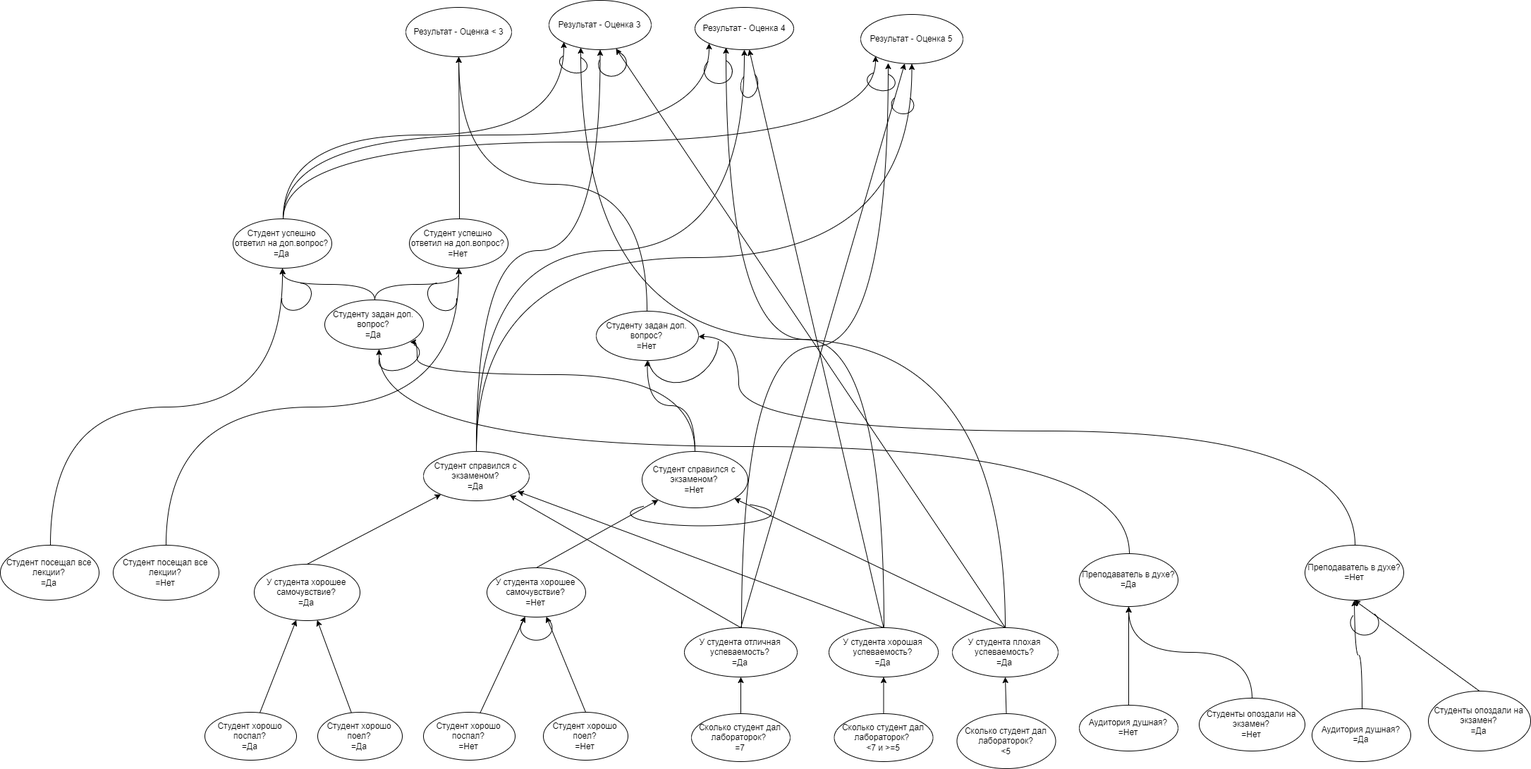
Before: Граф.png, a diagram exported from draw.io (pashcash/-------). Source tidied: cells renumbered, new cells last; positions are measured from the earlier drawing's top-left corner, leaving out a move shared by most shapes.
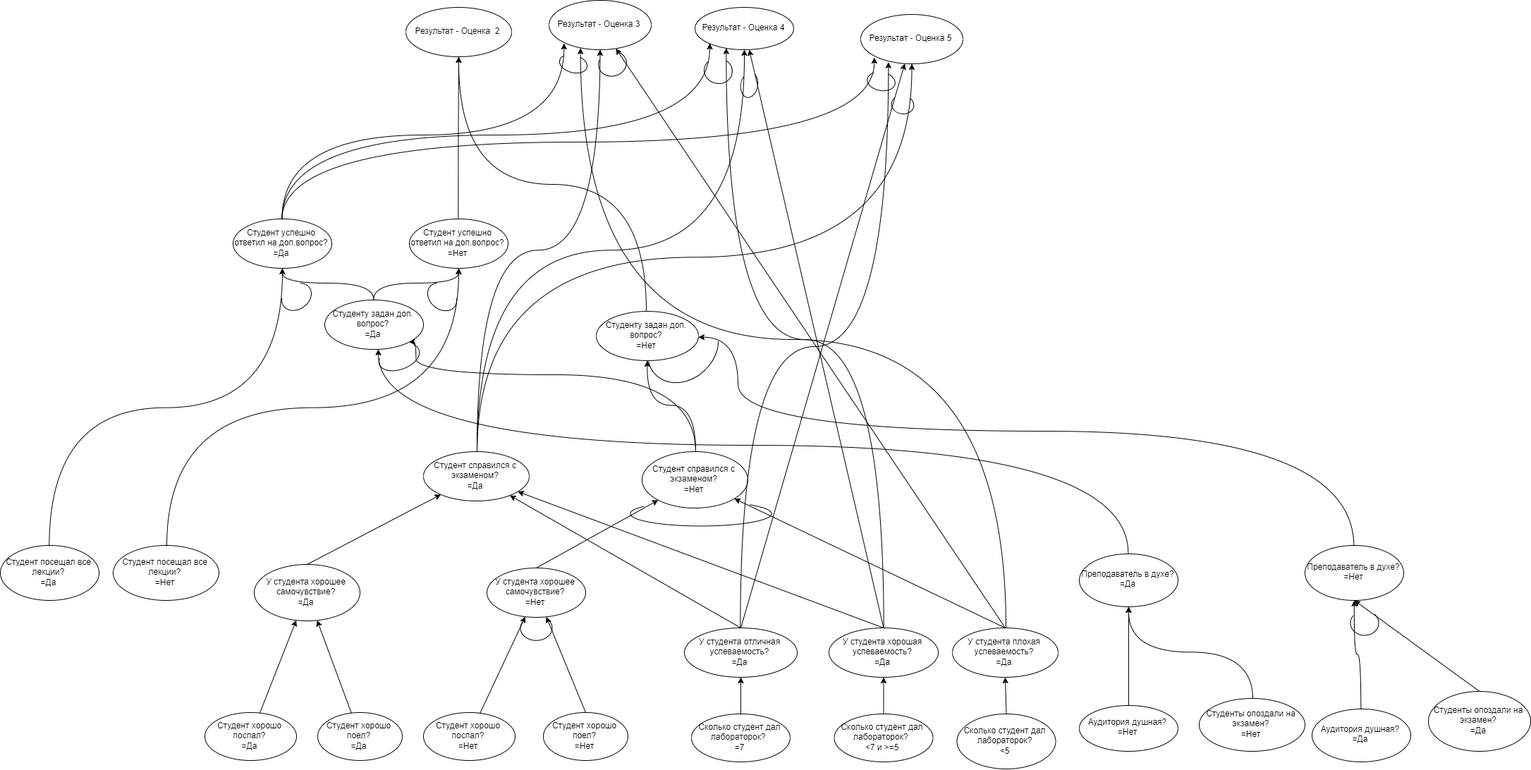
The same diagram one commit later.

The edit, as a diff of the source:
```diff
@@ -47,7 +47,7 @@
     <mxCell id="16" value="Результат - Оценка 5" style="ellipse;whiteSpace=wrap;html=1;" parent="1" vertex="1">
       <mxGeometry x="1220" y="20" width="145" height="70" as="geometry" />
     </mxCell>
-    <mxCell id="17" value="Результат - Оценка &amp;lt; 3" style="ellipse;whiteSpace=wrap;html=1;" parent="1" vertex="1">
+    <mxCell id="17" value="Результат - Оценка&amp;nbsp; 2" style="ellipse;whiteSpace=wrap;html=1;" parent="1" vertex="1">
       <mxGeometry x="575" y="10" width="150" height="70" as="geometry" />
     </mxCell>
     <mxCell id="18" style="edgeStyle=orthogonalEdgeStyle;curved=1;jettySize=auto;html=1;exitX=0.5;exitY=0;exitDx=0;exitDy=0;" parent="1" edge="1" source="69" target="14">
```
